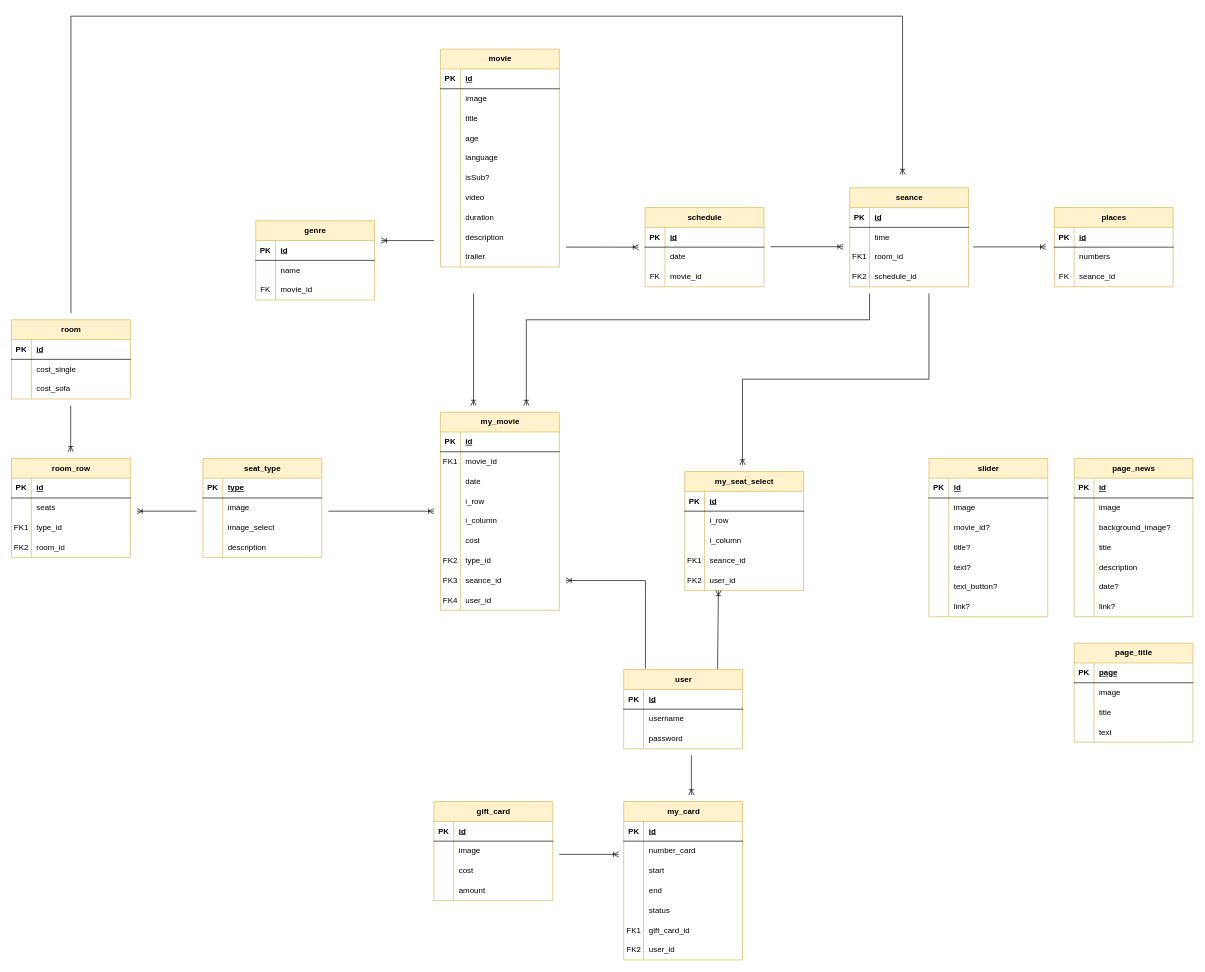
Above: backend/Диаграмма классов.drawio in DeeMooR/Silver-Screen (draw.io), before the change. Source tidied: cells renumbered, new cells numbered last; positions are measured from the earlier drawing's top-left corner, leaving out a move shared by most shapes. Both pictures are drawn from the tidied source at 66%, with x=0, y=0 at pixel (11, 16).
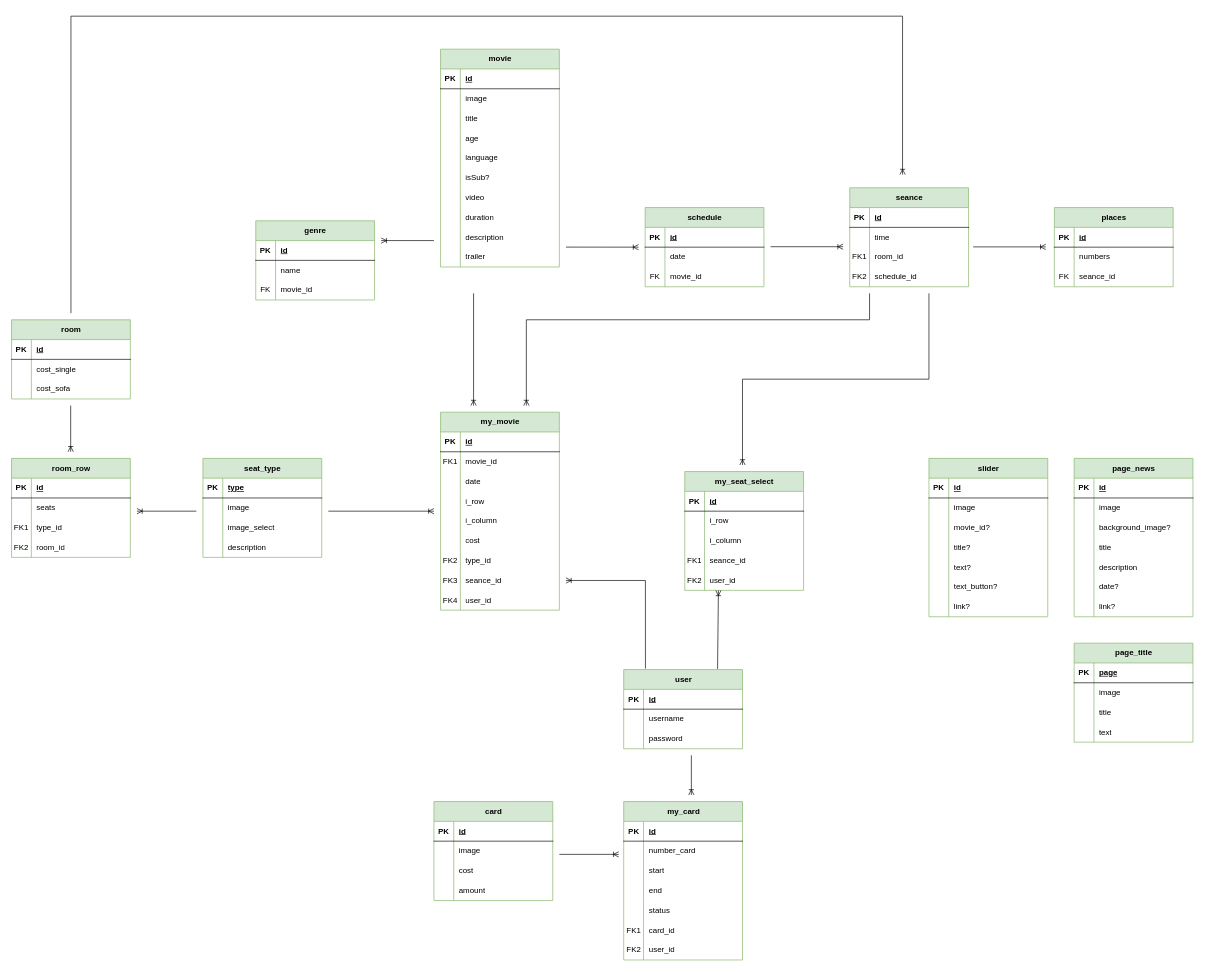
Above is the later version.

The change refers to these unchanged cells:
```xml
<mxCell id="28" style="shape=tableRow;horizontal=0;startSize=0;swimlaneHead=0;swimlaneBody=0;fillColor=none;top=0;left=0;right=0;bottom=0;" parent="12" vertex="1">
  <mxGeometry y="180" width="180" height="30" as="geometry" />
</mxCell>
```

What changed in the source:
```diff
@@
-    <mxCell id="2" value="user" style="shape=table;startSize=30;childLayout=tableLayout;rowLines=0;fontStyle=1;align=center;html=1;fillColor=#fff2cc;strokeColor=#d6b656;" parent="1" vertex="1">
+    <mxCell id="2" value="user" style="shape=table;startSize=30;childLayout=tableLayout;rowLines=0;fontStyle=1;align=center;html=1;fillColor=#d5e8d4;strokeColor=#82b366;" parent="1" vertex="1">
       <mxGeometry x="927.5" y="990" width="180" height="120" as="geometry" />
     </mxCell>
@@
-    <mxCell id="12" value="my_card" style="shape=table;startSize=30;childLayout=tableLayout;rowLines=0;fontStyle=1;align=center;html=1;fillColor=#fff2cc;strokeColor=#d6b656;" parent="1" vertex="1">
+    <mxCell id="12" value="my_card" style="shape=table;startSize=30;childLayout=tableLayout;rowLines=0;fontStyle=1;align=center;html=1;fillColor=#d5e8d4;strokeColor=#82b366;" parent="1" vertex="1">
       <mxGeometry x="927.5" y="1190" width="180" height="240" as="geometry" />
     </mxCell>
@@
-    <mxCell id="30" value="gift_card_id" style="shape=partialRectangle;fillColor=none;top=0;left=0;bottom=0;right=0;align=left;spacingLeft=6;overflow=hidden;whiteSpace=wrap;html=1;" parent="28" vertex="1">
+    <mxCell id="30" value="card_id" style="shape=partialRectangle;fillColor=none;top=0;left=0;bottom=0;right=0;align=left;spacingLeft=6;overflow=hidden;whiteSpace=wrap;html=1;" parent="28" vertex="1">
       <mxGeometry x="30" width="150" height="30" as="geometry" />
     </mxCell>
@@
-    <mxCell id="34" value="my_seat_select" style="shape=table;startSize=30;childLayout=tableLayout;rowLines=0;fontStyle=1;align=center;html=1;fillColor=#fff2cc;strokeColor=#d6b656;" parent="1" vertex="1">
+    <mxCell id="34" value="my_seat_select" style="shape=table;startSize=30;childLayout=tableLayout;rowLines=0;fontStyle=1;align=center;html=1;fillColor=#d5e8d4;strokeColor=#82b366;" parent="1" vertex="1">
       <mxGeometry x="1020" y="690" width="180" height="180" as="geometry" />
     </mxCell>
@@
-    <mxCell id="50" value="my_movie" style="shape=table;startSize=30;childLayout=tableLayout;rowLines=0;fontStyle=1;align=center;html=1;fillColor=#fff2cc;strokeColor=#d6b656;" parent="1" vertex="1">
+    <mxCell id="50" value="my_movie" style="shape=table;startSize=30;childLayout=tableLayout;rowLines=0;fontStyle=1;align=center;html=1;fillColor=#d5e8d4;strokeColor=#82b366;" parent="1" vertex="1">
       <mxGeometry x="650" y="600" width="180" height="300" as="geometry" />
     </mxCell>
@@
-    <mxCell id="78" value="gift_card" style="shape=table;startSize=30;childLayout=tableLayout;rowLines=0;fontStyle=1;align=center;html=1;fillColor=#fff2cc;strokeColor=#d6b656;" parent="1" vertex="1">
+    <mxCell id="78" value="card" style="shape=table;startSize=30;childLayout=tableLayout;rowLines=0;fontStyle=1;align=center;html=1;fillColor=#d5e8d4;strokeColor=#82b366;" parent="1" vertex="1">
       <mxGeometry x="640" y="1190" width="180" height="150" as="geometry" />
     </mxCell>
@@
-    <mxCell id="91" value="seat_type" style="shape=table;startSize=30;childLayout=tableLayout;rowLines=0;fontStyle=1;align=center;html=1;fillColor=#fff2cc;strokeColor=#d6b656;" parent="1" vertex="1">
+    <mxCell id="91" value="seat_type" style="shape=table;startSize=30;childLayout=tableLayout;rowLines=0;fontStyle=1;align=center;html=1;fillColor=#d5e8d4;strokeColor=#82b366;" parent="1" vertex="1">
       <mxGeometry x="290" y="670" width="180" height="150" as="geometry" />
     </mxCell>
@@
-    <mxCell id="104" value="page_news" style="shape=table;startSize=30;childLayout=tableLayout;rowLines=0;fontStyle=1;align=center;html=1;fillColor=#fff2cc;strokeColor=#d6b656;" parent="1" vertex="1">
+    <mxCell id="104" value="page_news" style="shape=table;startSize=30;childLayout=tableLayout;rowLines=0;fontStyle=1;align=center;html=1;fillColor=#d5e8d4;strokeColor=#82b366;" parent="1" vertex="1">
       <mxGeometry x="1610" y="670" width="180" height="240" as="geometry" />
     </mxCell>
@@
-    <mxCell id="126" value="page_title" style="shape=table;startSize=30;childLayout=tableLayout;rowLines=0;fontStyle=1;align=center;html=1;fillColor=#fff2cc;strokeColor=#d6b656;" parent="1" vertex="1">
+    <mxCell id="126" value="page_title" style="shape=table;startSize=30;childLayout=tableLayout;rowLines=0;fontStyle=1;align=center;html=1;fillColor=#d5e8d4;strokeColor=#82b366;" parent="1" vertex="1">
       <mxGeometry x="1610" y="950" width="180" height="150" as="geometry" />
     </mxCell>
@@
-    <mxCell id="139" value="slider" style="shape=table;startSize=30;childLayout=tableLayout;rowLines=0;fontStyle=1;align=center;html=1;fillColor=#fff2cc;strokeColor=#d6b656;" parent="1" vertex="1">
+    <mxCell id="139" value="slider" style="shape=table;startSize=30;childLayout=tableLayout;rowLines=0;fontStyle=1;align=center;html=1;fillColor=#d5e8d4;strokeColor=#82b366;" parent="1" vertex="1">
       <mxGeometry x="1390" y="670" width="180" height="240" as="geometry" />
     </mxCell>
@@
-    <mxCell id="161" value="room" style="shape=table;startSize=30;childLayout=tableLayout;rowLines=0;fontStyle=1;align=center;html=1;fillColor=#fff2cc;strokeColor=#d6b656;" parent="1" vertex="1">
+    <mxCell id="161" value="room" style="shape=table;startSize=30;childLayout=tableLayout;rowLines=0;fontStyle=1;align=center;html=1;fillColor=#d5e8d4;strokeColor=#82b366;" parent="1" vertex="1">
       <mxGeometry y="460" width="180" height="120" as="geometry" />
     </mxCell>
@@
-    <mxCell id="171" value="room_row" style="shape=table;startSize=30;childLayout=tableLayout;rowLines=0;fontStyle=1;align=center;html=1;fillColor=#fff2cc;strokeColor=#d6b656;" parent="1" vertex="1">
+    <mxCell id="171" value="room_row" style="shape=table;startSize=30;childLayout=tableLayout;rowLines=0;fontStyle=1;align=center;html=1;fillColor=#d5e8d4;strokeColor=#82b366;" parent="1" vertex="1">
       <mxGeometry y="670" width="180" height="150" as="geometry" />
     </mxCell>
@@
-    <mxCell id="184" value="movie" style="shape=table;startSize=30;childLayout=tableLayout;rowLines=0;fontStyle=1;align=center;html=1;fillColor=#fff2cc;strokeColor=#d6b656;" parent="1" vertex="1">
+    <mxCell id="184" value="movie" style="shape=table;startSize=30;childLayout=tableLayout;rowLines=0;fontStyle=1;align=center;html=1;fillColor=#d5e8d4;strokeColor=#82b366;" parent="1" vertex="1">
       <mxGeometry x="650" y="50" width="180" height="330" as="geometry" />
     </mxCell>
@@
-    <mxCell id="215" value="schedule" style="shape=table;startSize=30;childLayout=tableLayout;rowLines=0;fontStyle=1;align=center;html=1;fillColor=#fff2cc;strokeColor=#d6b656;" parent="1" vertex="1">
+    <mxCell id="215" value="schedule" style="shape=table;startSize=30;childLayout=tableLayout;rowLines=0;fontStyle=1;align=center;html=1;fillColor=#d5e8d4;strokeColor=#82b366;" parent="1" vertex="1">
       <mxGeometry x="960" y="290" width="180" height="120" as="geometry" />
     </mxCell>
@@
-    <mxCell id="225" value="seance" style="shape=table;startSize=30;childLayout=tableLayout;rowLines=0;fontStyle=1;align=center;html=1;fillColor=#fff2cc;strokeColor=#d6b656;" parent="1" vertex="1">
+    <mxCell id="225" value="seance" style="shape=table;startSize=30;childLayout=tableLayout;rowLines=0;fontStyle=1;align=center;html=1;fillColor=#d5e8d4;strokeColor=#82b366;" parent="1" vertex="1">
       <mxGeometry x="1270" y="260" width="180" height="150" as="geometry" />
     </mxCell>
@@
-    <mxCell id="238" value="places" style="shape=table;startSize=30;childLayout=tableLayout;rowLines=0;fontStyle=1;align=center;html=1;fillColor=#fff2cc;strokeColor=#d6b656;" parent="1" vertex="1">
+    <mxCell id="238" value="places" style="shape=table;startSize=30;childLayout=tableLayout;rowLines=0;fontStyle=1;align=center;html=1;fillColor=#d5e8d4;strokeColor=#82b366;" parent="1" vertex="1">
       <mxGeometry x="1580" y="290" width="180" height="120" as="geometry" />
     </mxCell>
@@
-    <mxCell id="258" value="genre" style="shape=table;startSize=30;childLayout=tableLayout;rowLines=0;fontStyle=1;align=center;html=1;fillColor=#fff2cc;strokeColor=#d6b656;" parent="1" vertex="1">
+    <mxCell id="258" value="genre" style="shape=table;startSize=30;childLayout=tableLayout;rowLines=0;fontStyle=1;align=center;html=1;fillColor=#d5e8d4;strokeColor=#82b366;" parent="1" vertex="1">
       <mxGeometry x="370" y="310" width="180" height="120" as="geometry" />
     </mxCell>
```
